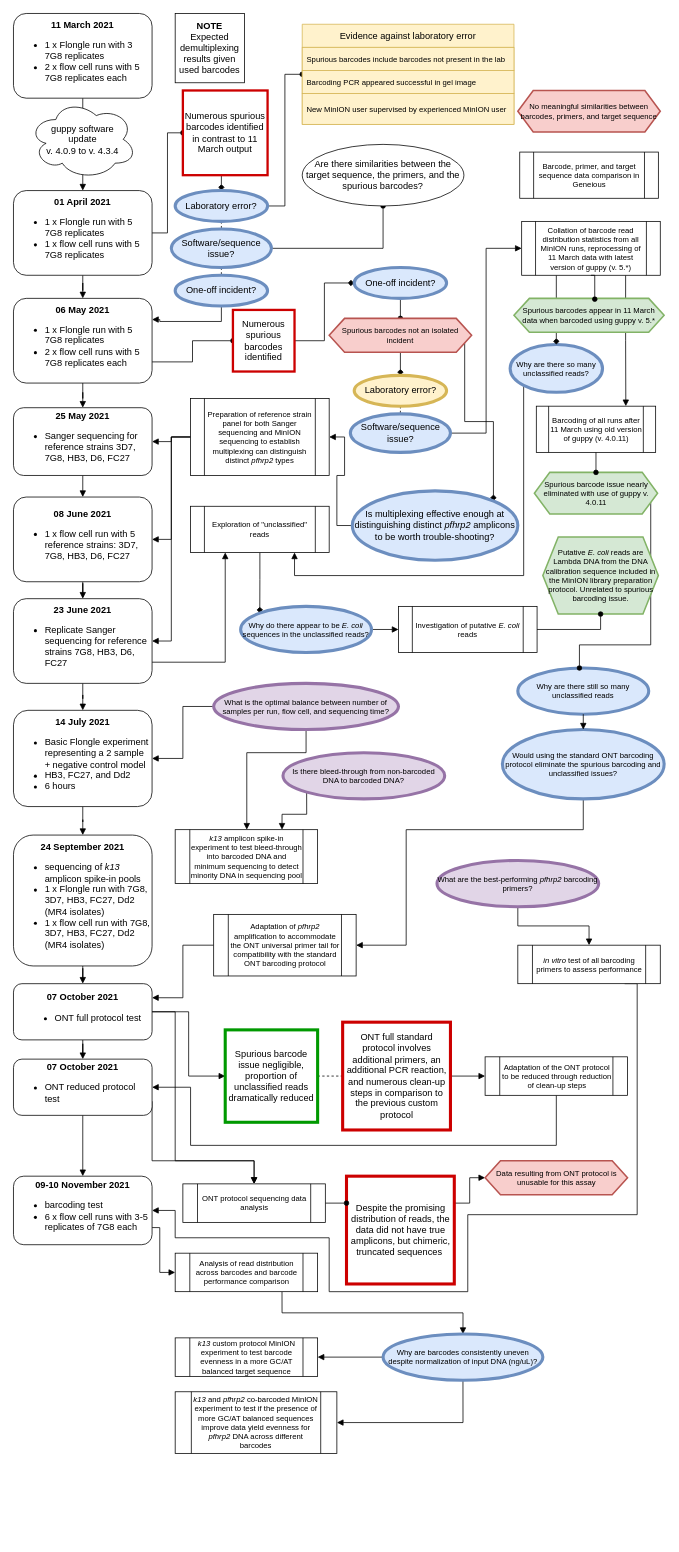
Above: 4-reporting/project_decision_tree.drawio in sjsabin/minion_hrp2_project (draw.io), before the change. Source tidied: cells renumbered, new cells numbered last; positions are measured from the earlier drawing's top-left corner, leaving out a move shared by most shapes. Both pictures are drawn from the tidied source at 77%, with x=0, y=0 at pixel (13, 13).
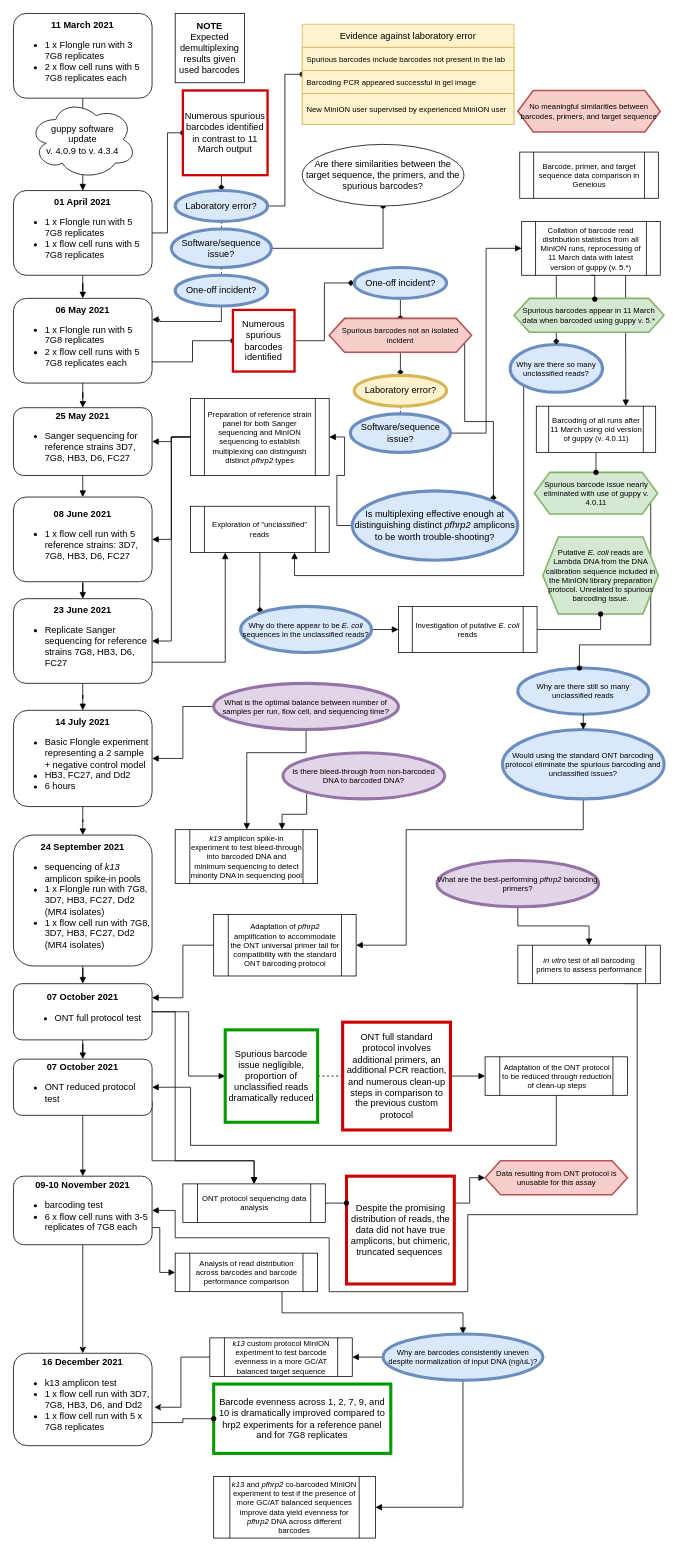
The same page after the edit.

Unchanged cells that the change refers to:
```xml
<mxCell id="109" value="&lt;div&gt;&lt;b&gt;09-10 November 2021&lt;/b&gt;&lt;/div&gt;&lt;div align=&quot;left&quot;&gt;&lt;ul&gt;&lt;li&gt;barcoding test&lt;/li&gt;&lt;li&gt;6 x flow cell runs with 3-5 replicates of 7G8 each&lt;br&gt;&lt;/li&gt;&lt;/ul&gt;&lt;/div&gt;" style="rounded=1;whiteSpace=wrap;html=1;" parent="1" vertex="1">
  <mxGeometry y="1510" width="180" height="89" as="geometry" />
</mxCell>
```

Change to the diagram source:
```diff
@@
+    <mxCell id="118" style="edgeStyle=orthogonalEdgeStyle;rounded=0;jettySize=auto;html=1;" parent="1" edge="1" source="109" target="120">
+      <mxGeometry relative="1" as="geometry" />
+    </mxCell>
@@
+    <mxCell id="119" style="edgeStyle=orthogonalEdgeStyle;rounded=0;jettySize=auto;html=1;exitX=0;exitY=0.5;exitDx=0;exitDy=0;entryX=1.017;entryY=0.584;entryDx=0;entryDy=0;entryPerimeter=0;" parent="1" edge="1" source="116" target="120">
+      <mxGeometry relative="1" as="geometry" />
+    </mxCell>
     <mxCell id="116" value="&lt;i&gt;k13 &lt;/i&gt;custom protocol MinION experiment to test barcode evenness in a more GC/AT balanced target sequence" style="shape=process;whiteSpace=wrap;html=1;backgroundOutline=1;fontSize=10;" parent="1" vertex="1">
-      <mxGeometry x="210" y="1720" width="185" height="50" as="geometry" />
+      <mxGeometry x="255" y="1720" width="185" height="50" as="geometry" />
     </mxCell>
     <mxCell id="117" value="&lt;i&gt;k13 &lt;/i&gt;and &lt;i&gt;pfhrp2 &lt;/i&gt;co-barcoded MinION experiment to test if the presence of more GC/AT balanced sequences improve data yield evenness for &lt;i&gt;pfhrp2 &lt;/i&gt;DNA across different barcodes" style="shape=process;whiteSpace=wrap;html=1;backgroundOutline=1;fontSize=10;" parent="1" vertex="1">
-      <mxGeometry x="210" y="1790" width="210" height="80" as="geometry" />
+      <mxGeometry x="260" y="1900" width="210" height="80" as="geometry" />
     </mxCell>
+    <mxCell id="120" value="&lt;div&gt;&lt;b&gt;16 December 2021&lt;/b&gt;&lt;/div&gt;&lt;div align=&quot;left&quot;&gt;&lt;ul&gt;&lt;li&gt;k13 amplicon test&lt;/li&gt;&lt;li&gt;1 x flow cell run with 3D7, 7G8, HB3, D6, and Dd2&lt;/li&gt;&lt;li&gt;1 x flow cell run with 5 x 7G8 replicates&lt;br&gt;&lt;/li&gt;&lt;/ul&gt;&lt;/div&gt;" style="rounded=1;whiteSpace=wrap;html=1;" parent="1" vertex="1">
+      <mxGeometry y="1740" width="180" height="120" as="geometry" />
+    </mxCell>
+    <mxCell id="121" value="Barcode evenness across 1, 2, 7, 9, and 10 is dramatically improved compared to hrp2 experiments for a reference panel and for 7G8 replicates" style="whiteSpace=wrap;html=1;strokeColor=#009900;strokeWidth=4;" parent="1" vertex="1">
+      <mxGeometry x="260" y="1780" width="230" height="90" as="geometry" />
+    </mxCell>
+    <mxCell id="122" style="edgeStyle=orthogonalEdgeStyle;rounded=0;jettySize=auto;html=1;exitX=1;exitY=0.75;exitDx=0;exitDy=0;entryX=0;entryY=0.5;entryDx=0;entryDy=0;endArrow=oval;endFill=1;" parent="1" edge="1" source="120" target="121">
+      <mxGeometry relative="1" as="geometry" />
+    </mxCell>
```
